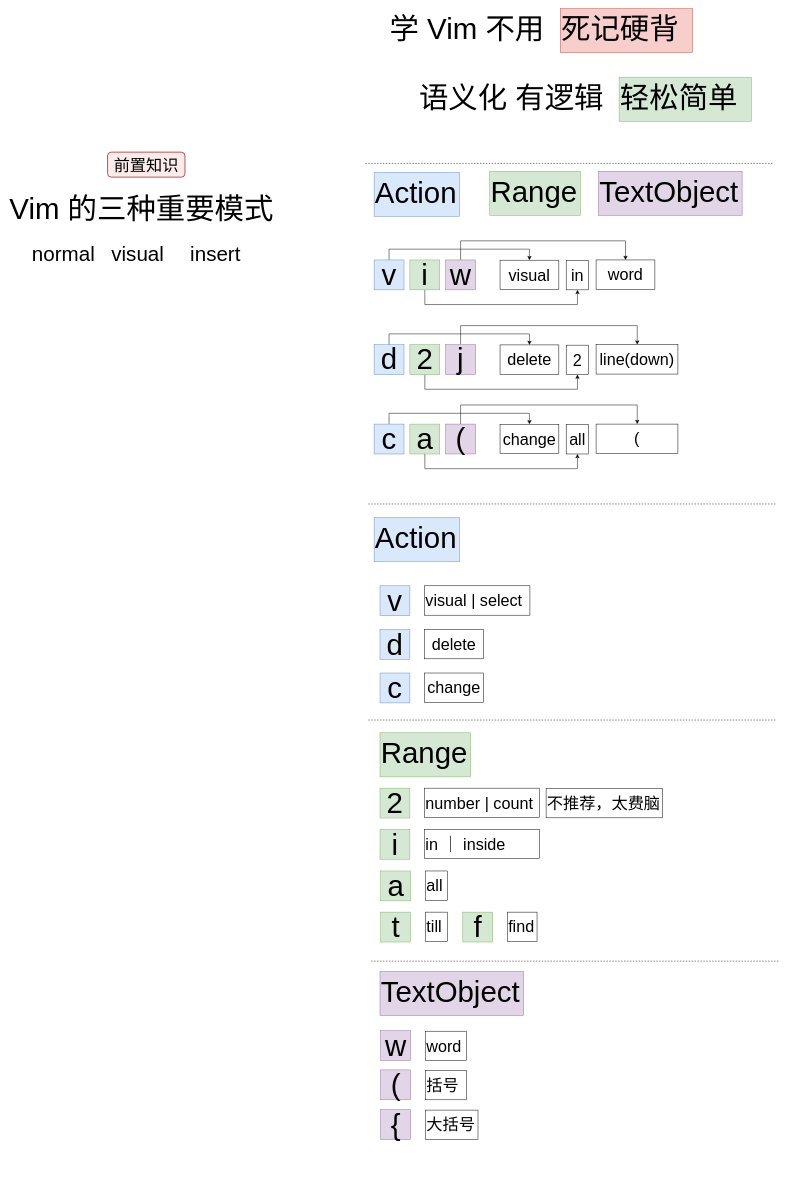
Above: Vim/语义化命令/Diagram.drawio in LintaoAmons/VimEverywhere (draw.io), before the change. Source tidied: cells renumbered, new cells numbered last; positions are measured from the earlier drawing's top-left corner, leaving out a move shared by most shapes. Both pictures are drawn from the tidied source at 49%, with x=0, y=0 at pixel (8, 8).
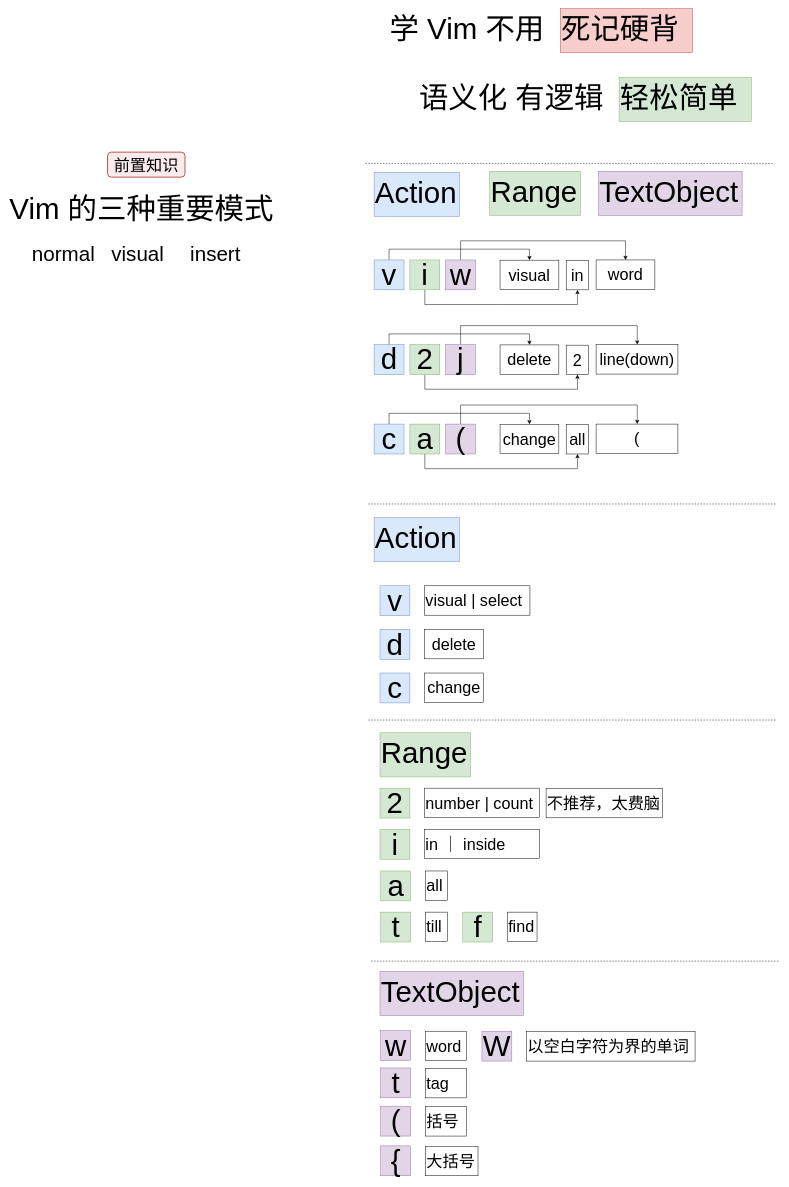
After the change.

Commit message (it also covers changes not shown here):
又开一个坑

Diff of the diagram source:
```diff
@@
     <mxCell id="69" value="(" style="whiteSpace=wrap;html=1;labelBackgroundColor=none;fontSize=60;strokeColor=#9673a6;fillColor=#e1d5e7;" parent="1" vertex="1">
-      <mxGeometry x="759.5" y="2166" width="61" height="61" as="geometry" />
+      <mxGeometry x="759.5" y="2240" width="61" height="61" as="geometry" />
     </mxCell>
     <mxCell id="70" value="括号" style="rounded=0;whiteSpace=wrap;html=1;labelBackgroundColor=none;fontSize=33;strokeColor=default;fillColor=none;align=left;" parent="1" vertex="1">
-      <mxGeometry x="850.5" y="2167" width="84.5" height="60" as="geometry" />
+      <mxGeometry x="850.5" y="2241" width="84.5" height="60" as="geometry" />
     </mxCell>
     <mxCell id="71" value="{" style="whiteSpace=wrap;html=1;labelBackgroundColor=none;fontSize=60;strokeColor=#9673a6;fillColor=#e1d5e7;" parent="1" vertex="1">
-      <mxGeometry x="759.5" y="2247" width="61" height="61" as="geometry" />
+      <mxGeometry x="759.5" y="2321" width="61" height="61" as="geometry" />
     </mxCell>
     <mxCell id="72" value="大括号" style="rounded=0;whiteSpace=wrap;html=1;labelBackgroundColor=none;fontSize=33;strokeColor=default;fillColor=none;align=left;" parent="1" vertex="1">
-      <mxGeometry x="850.5" y="2248" width="107.5" height="60" as="geometry" />
+      <mxGeometry x="850.5" y="2322" width="107.5" height="60" as="geometry" />
     </mxCell>
@@
+    <mxCell id="74" value="t" style="whiteSpace=wrap;html=1;labelBackgroundColor=none;fontSize=60;strokeColor=#9673a6;fillColor=#e1d5e7;" parent="1" vertex="1">
+      <mxGeometry x="759.5" y="2162" width="61" height="61" as="geometry" />
+    </mxCell>
+    <mxCell id="75" value="tag" style="rounded=0;whiteSpace=wrap;html=1;labelBackgroundColor=none;fontSize=33;strokeColor=default;fillColor=none;align=left;" parent="1" vertex="1">
+      <mxGeometry x="850.5" y="2163" width="84.5" height="60" as="geometry" />
+    </mxCell>
+    <mxCell id="76" value="W" style="whiteSpace=wrap;html=1;labelBackgroundColor=none;fontSize=60;strokeColor=#9673a6;fillColor=#e1d5e7;" parent="1" vertex="1">
+      <mxGeometry x="966" y="2087" width="61" height="61" as="geometry" />
+    </mxCell>
+    <mxCell id="77" value="以空白字符为界的单词" style="rounded=0;whiteSpace=wrap;html=1;labelBackgroundColor=none;fontSize=33;strokeColor=default;fillColor=none;align=left;" parent="1" vertex="1">
+      <mxGeometry x="1057" y="2088" width="344" height="60" as="geometry" />
+    </mxCell>
```
